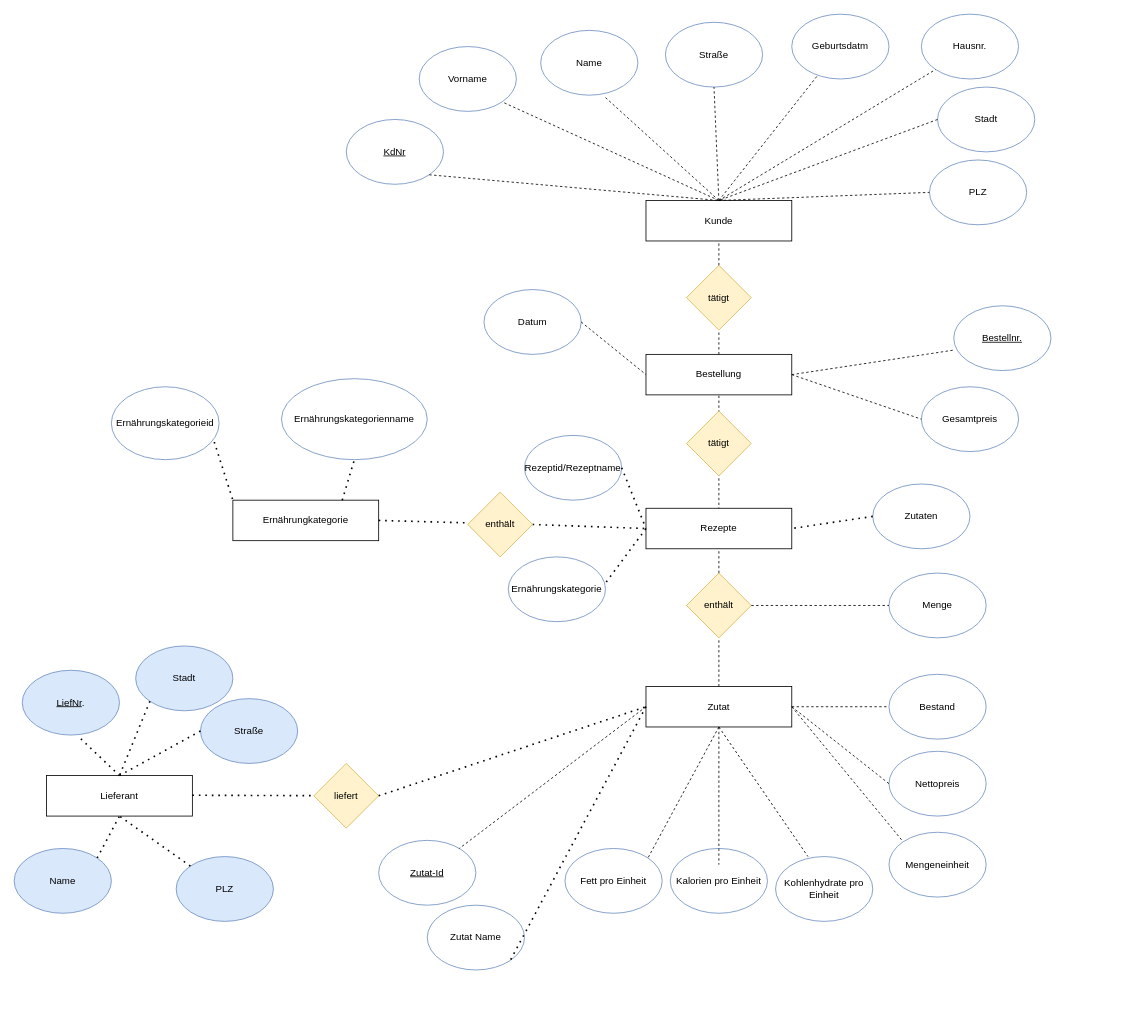
AlassaneBenjamin/Alassane keeps this draw.io diagram as Untitled Diagram.drawio. Above is the earlier version. Source tidied: cells renumbered, new cells numbered last; positions are measured from the earlier drawing's top-left corner, leaving out a move shared by most shapes. Both pictures are drawn from the tidied source at 81%, with x=0, y=0 at pixel (14, 14).
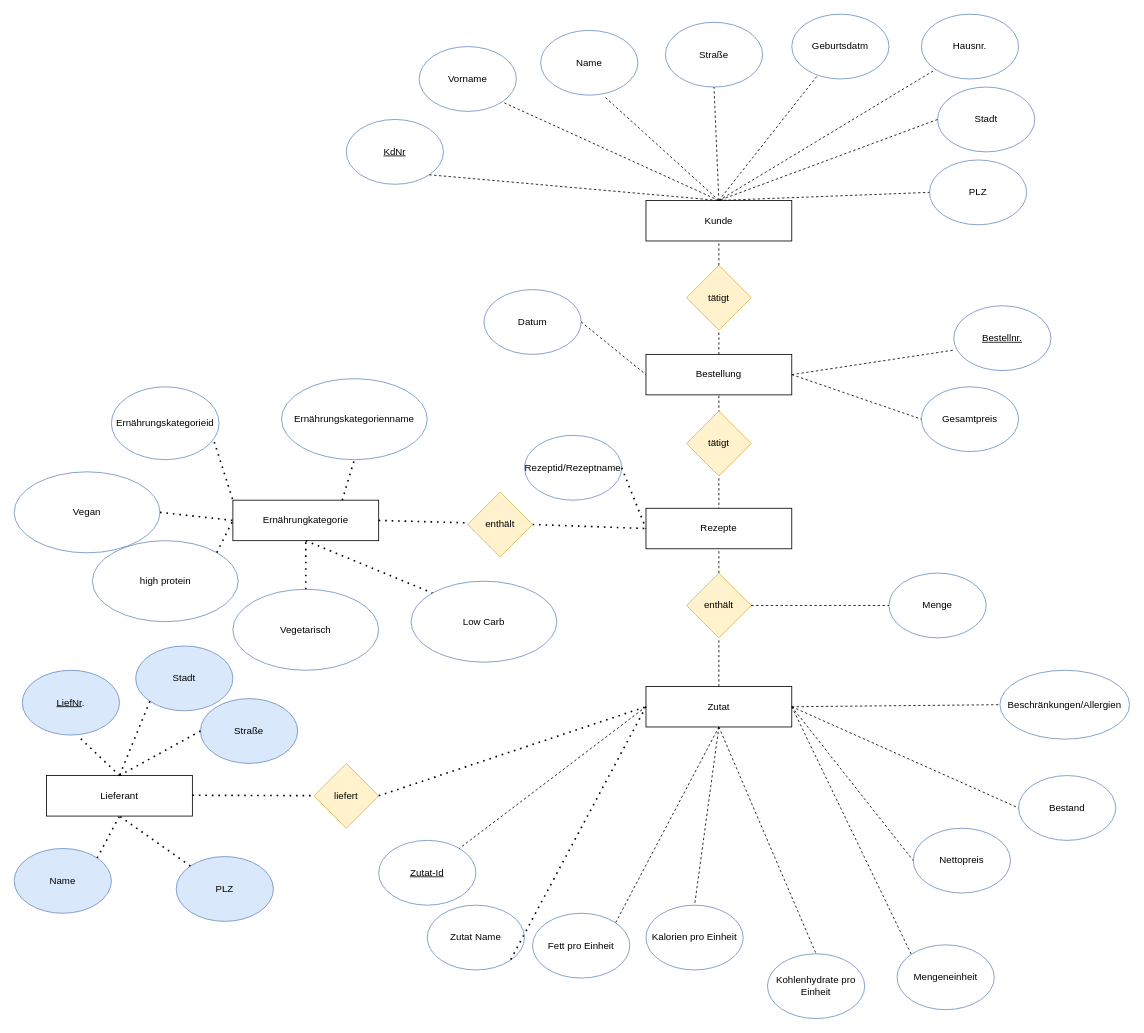
The same page after the edit.

The change refers to these unchanged cells:
```xml
<mxCell id="33" value="Zutat" style="rounded=0;whiteSpace=wrap;html=1;" parent="1" vertex="1">
  <mxGeometry x="780" y="830" width="180" height="50" as="geometry" />
</mxCell>
<mxCell id="65" value="Rezepte" style="rounded=0;whiteSpace=wrap;html=1;" parent="1" vertex="1">
  <mxGeometry x="780" y="610" width="180" height="50" as="geometry" />
</mxCell>
<mxCell id="70" value="Ernährungkategorie" style="rounded=0;whiteSpace=wrap;html=1;" parent="1" vertex="1">
  <mxGeometry x="270" y="600" width="180" height="50" as="geometry" />
</mxCell>
```

What changed in the source:
```diff
@@
     <mxCell id="35" value="Bestand" style="ellipse;whiteSpace=wrap;html=1;fillColor=none;strokeColor=#6c8ebf;" parent="1" vertex="1">
-      <mxGeometry x="1080" y="815" width="120" height="80" as="geometry" />
+      <mxGeometry x="1240" y="940" width="120" height="80" as="geometry" />
     </mxCell>
     <mxCell id="36" value="Nettopreis" style="ellipse;whiteSpace=wrap;html=1;fillColor=none;strokeColor=#6c8ebf;" parent="1" vertex="1">
-      <mxGeometry x="1080" y="910" width="120" height="80" as="geometry" />
+      <mxGeometry x="1110" y="1005" width="120" height="80" as="geometry" />
     </mxCell>
     <mxCell id="37" value="Mengeneinheit" style="ellipse;whiteSpace=wrap;html=1;fillColor=none;strokeColor=#6c8ebf;" parent="1" vertex="1">
-      <mxGeometry x="1080" y="1010" width="120" height="80" as="geometry" />
+      <mxGeometry x="1090" y="1149" width="120" height="80" as="geometry" />
     </mxCell>
     <mxCell id="38" value="Kohlenhydrate pro Einheit" style="ellipse;whiteSpace=wrap;html=1;fillColor=none;strokeColor=#6c8ebf;" parent="1" vertex="1">
-      <mxGeometry x="940" y="1040" width="120" height="80" as="geometry" />
+      <mxGeometry x="930" y="1160" width="120" height="80" as="geometry" />
     </mxCell>
     <mxCell id="39" value="Kalorien pro Einheit" style="ellipse;whiteSpace=wrap;html=1;fillColor=none;strokeColor=#6c8ebf;" parent="1" vertex="1">
-      <mxGeometry x="810" y="1030" width="120" height="80" as="geometry" />
+      <mxGeometry x="780" y="1100" width="120" height="80" as="geometry" />
     </mxCell>
     <mxCell id="40" value="Fett pro Einheit" style="ellipse;whiteSpace=wrap;html=1;fillColor=none;strokeColor=#6c8ebf;" parent="1" vertex="1">
-      <mxGeometry x="680" y="1030" width="120" height="80" as="geometry" />
+      <mxGeometry x="640" y="1110" width="120" height="80" as="geometry" />
     </mxCell>
@@
-    <mxCell id="46" style="endArrow=none;dashed=1;html=1;rounded=0;" parent="1" edge="1">
+    <mxCell id="46" style="endArrow=none;dashed=1;html=1;rounded=0;entryX=0.5;entryY=0;entryDx=0;entryDy=0;" parent="1" edge="1" target="38">
       <mxGeometry relative="1" as="geometry">
         <mxPoint x="870" y="880" as="sourcePoint" />
-        <mxPoint x="980" y="1040" as="targetPoint" />
       </mxGeometry>
     </mxCell>
@@
-    <mxCell id="49" style="endArrow=none;dashed=1;html=1;rounded=0;exitX=0.5;exitY=1;exitDx=0;exitDy=0;entryX=0.5;entryY=0;entryDx=0;entryDy=0;" parent="1" edge="1" source="33">
-      <mxGeometry relative="1" as="geometry">
-        <mxPoint x="870" y="1050" as="targetPoint" />
-        <Array as="points">
-          <mxPoint x="870" y="990" />
-        </Array>
-      </mxGeometry>
+    <mxCell id="49" style="endArrow=none;dashed=1;html=1;rounded=0;exitX=0.5;exitY=1;exitDx=0;exitDy=0;entryX=0.5;entryY=0;entryDx=0;entryDy=0;" parent="1" edge="1" source="33" target="39">
+      <mxGeometry relative="1" as="geometry" />
     </mxCell>
@@
-    <mxCell id="66" value="Zutaten" style="ellipse;whiteSpace=wrap;html=1;fillColor=none;strokeColor=#6c8ebf;" parent="1" vertex="1">
-      <mxGeometry x="1060" y="580" width="120" height="80" as="geometry" />
-    </mxCell>
@@
-    <mxCell id="69" value="Ernährungskategorie" style="ellipse;whiteSpace=wrap;html=1;fillColor=none;strokeColor=#6c8ebf;" parent="1" vertex="1">
-      <mxGeometry x="610" y="670" width="120" height="80" as="geometry" />
-    </mxCell>
@@
-    <mxCell id="72" style="endArrow=none;dashed=1;html=1;dashPattern=1 3;strokeWidth=2;rounded=0;entryX=0;entryY=0.5;entryDx=0;entryDy=0;exitX=1.008;exitY=0.388;exitDx=0;exitDy=0;exitPerimeter=0;" parent="1" edge="1" source="69" target="65">
-      <mxGeometry relative="1" as="geometry" />
-    </mxCell>
@@
-    <mxCell id="74" style="endArrow=none;dashed=1;html=1;dashPattern=1 3;strokeWidth=2;rounded=0;entryX=1;entryY=0.5;entryDx=0;entryDy=0;exitX=0;exitY=0.5;exitDx=0;exitDy=0;" parent="1" edge="1" source="66" target="65">
-      <mxGeometry relative="1" as="geometry" />
-    </mxCell>
@@
+    <mxCell id="81" value="Beschränkungen/Allergien" style="ellipse;whiteSpace=wrap;html=1;fillColor=none;strokeColor=#6c8ebf;" parent="1" vertex="1">
+      <mxGeometry x="1217" y="810" width="160" height="85" as="geometry" />
+    </mxCell>
+    <mxCell id="82" style="endArrow=none;dashed=1;html=1;rounded=0;exitX=1;exitY=0.5;exitDx=0;exitDy=0;entryX=0;entryY=0.5;entryDx=0;entryDy=0;" parent="1" edge="1" source="33" target="81">
+      <mxGeometry relative="1" as="geometry" />
+    </mxCell>
+    <mxCell id="83" value="Vegan" style="ellipse;whiteSpace=wrap;html=1;fillColor=none;strokeColor=#6c8ebf;" parent="1" vertex="1">
+      <mxGeometry y="565" width="180" height="100" as="geometry" />
+    </mxCell>
+    <mxCell id="84" value="Vegetarisch" style="ellipse;whiteSpace=wrap;html=1;fillColor=none;strokeColor=#6c8ebf;" parent="1" vertex="1">
+      <mxGeometry x="270" y="710" width="180" height="100" as="geometry" />
+    </mxCell>
+    <mxCell id="85" value="Low Carb" style="ellipse;whiteSpace=wrap;html=1;fillColor=none;strokeColor=#6c8ebf;" parent="1" vertex="1">
+      <mxGeometry x="490" y="700" width="180" height="100" as="geometry" />
+    </mxCell>
+    <mxCell id="86" value="high protein" style="ellipse;whiteSpace=wrap;html=1;fillColor=none;strokeColor=#6c8ebf;" parent="1" vertex="1">
+      <mxGeometry x="96.5" y="650" width="180" height="100" as="geometry" />
+    </mxCell>
+    <mxCell id="87" style="endArrow=none;dashed=1;html=1;dashPattern=1 3;strokeWidth=2;rounded=0;exitX=1;exitY=0.5;exitDx=0;exitDy=0;entryX=0;entryY=0.5;entryDx=0;entryDy=0;" parent="1" edge="1" source="83" target="70">
+      <mxGeometry relative="1" as="geometry" />
+    </mxCell>
+    <mxCell id="88" style="endArrow=none;dashed=1;html=1;dashPattern=1 3;strokeWidth=2;rounded=0;exitX=1;exitY=0;exitDx=0;exitDy=0;entryX=0;entryY=0.5;entryDx=0;entryDy=0;" parent="1" edge="1" source="86" target="70">
+      <mxGeometry relative="1" as="geometry" />
+    </mxCell>
+    <mxCell id="89" style="endArrow=none;dashed=1;html=1;dashPattern=1 3;strokeWidth=2;rounded=0;exitX=0.5;exitY=0;exitDx=0;exitDy=0;entryX=0.5;entryY=1;entryDx=0;entryDy=0;" parent="1" edge="1" source="84" target="70">
+      <mxGeometry relative="1" as="geometry" />
+    </mxCell>
+    <mxCell id="90" style="endArrow=none;dashed=1;html=1;dashPattern=1 3;strokeWidth=2;rounded=0;exitX=0.5;exitY=1;exitDx=0;exitDy=0;entryX=0;entryY=0;entryDx=0;entryDy=0;" parent="1" edge="1" source="70" target="85">
+      <mxGeometry relative="1" as="geometry" />
+    </mxCell>
```
